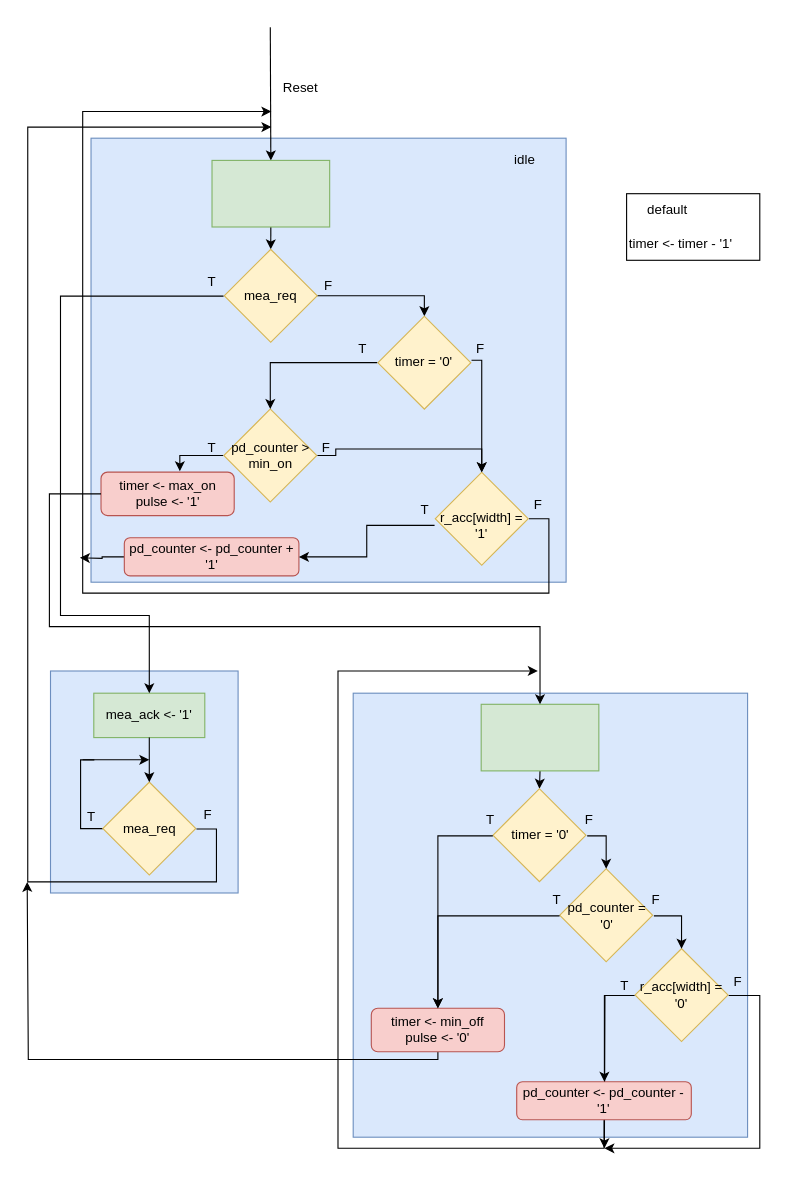
Before: Oblig7/pdm_asmd.drawio in jrundht/IN3160, a draw.io diagram. Source tidied: cells renumbered, new cells numbered last; positions are measured from the earlier drawing's top-left corner, leaving out a move shared by most shapes. Both pictures are drawn from the tidied source at 111%, with x=0, y=0 at pixel (27, 27).
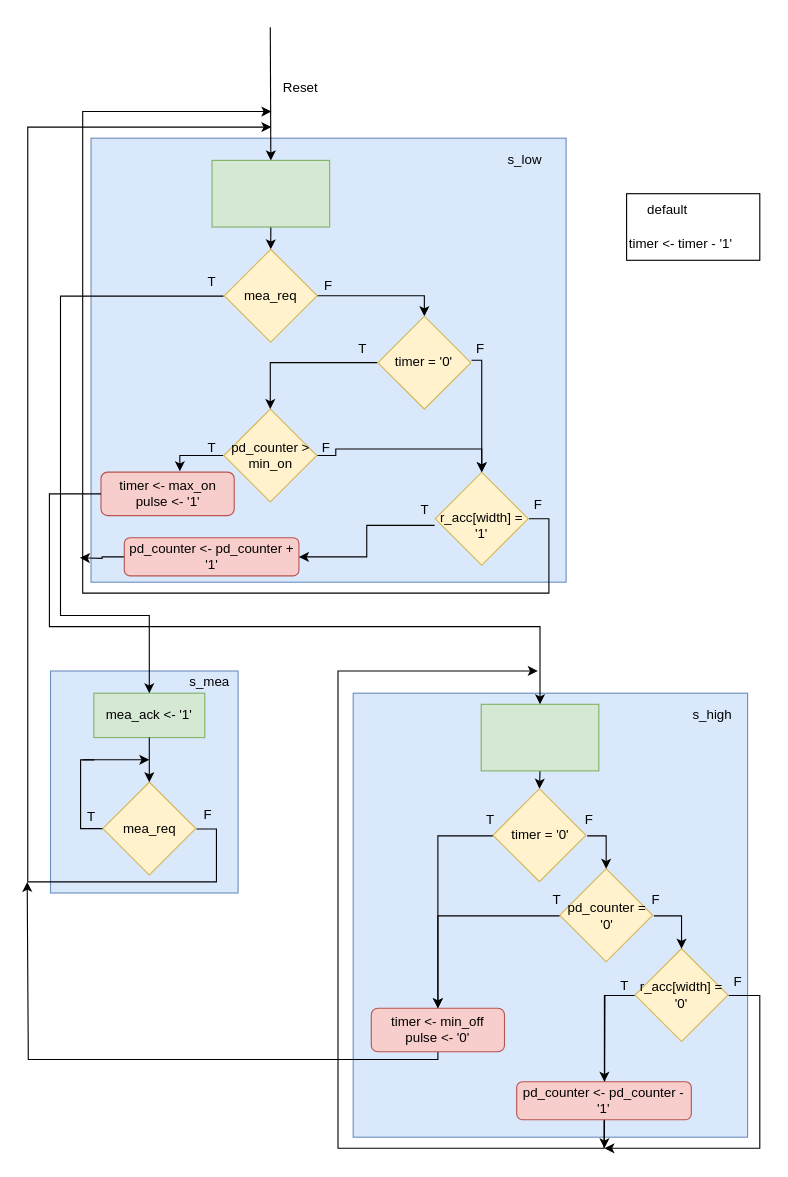
The same page after the edit.

The edit, as a diff of the source:
```diff
@@
-    <mxCell id="38" value="idle" style="text;html=1;align=center;verticalAlign=middle;whiteSpace=wrap;rounded=0;" parent="1" vertex="1">
+    <mxCell id="38" value="s_low" style="text;html=1;align=center;verticalAlign=middle;whiteSpace=wrap;rounded=0;" parent="1" vertex="1">
       <mxGeometry x="437.5" y="110" width="21" height="20" as="geometry" />
     </mxCell>
@@
+    <mxCell id="89" value="s_high" style="text;html=1;align=center;verticalAlign=middle;whiteSpace=wrap;rounded=0;" parent="1" vertex="1">
+      <mxGeometry x="607" y="610" width="21" height="20" as="geometry" />
+    </mxCell>
+    <mxCell id="90" value="s_mea" style="text;html=1;align=center;verticalAlign=middle;whiteSpace=wrap;rounded=0;" parent="1" vertex="1">
+      <mxGeometry x="153.6" y="580" width="21" height="20" as="geometry" />
+    </mxCell>
```
